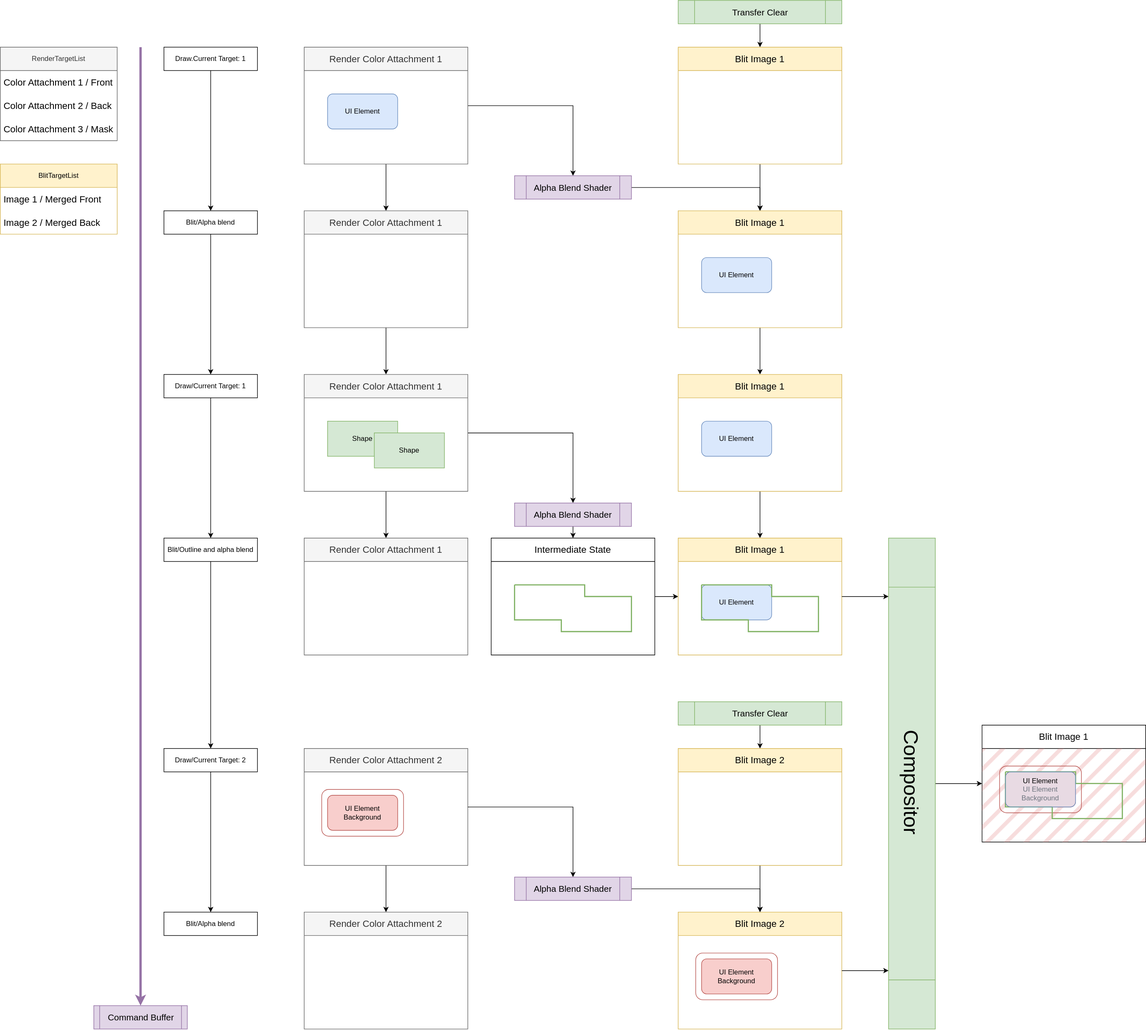
The draw.io diagram properties/showcase/draw_procedure.drawio.svg in Yuria-Shikibe/xrgui, before a commit. Source tidied: cells renumbered, new cells last; positions are measured from the earlier drawing's top-left corner, leaving out a move shared by most shapes.
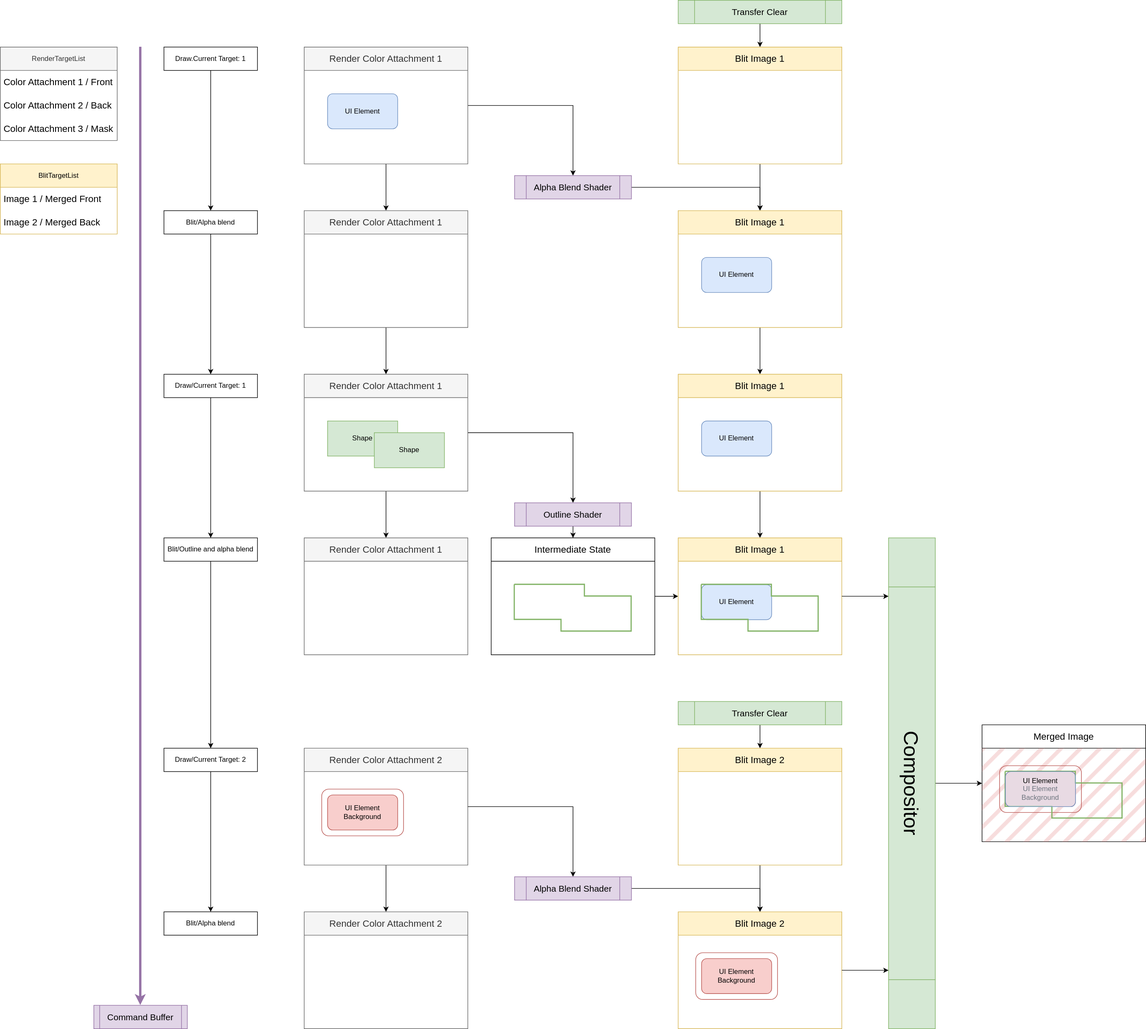
Later version of the same file.

Diff of the diagram source:
```diff
@@ -158,7 +158,7 @@
     <mxCell id="45" style="edgeStyle=orthogonalEdgeStyle;rounded=0;jettySize=auto;html=1;" parent="1" edge="1" source="46" target="38">
       <mxGeometry relative="1" as="geometry" />
     </mxCell>
-    <mxCell id="46" value="&lt;font style=&quot;font-size: 15px;&quot;&gt;Alpha Blend Shader&lt;/font&gt;" style="shape=process;whiteSpace=wrap;html=1;backgroundOutline=1;fillColor=#e1d5e7;strokeColor=#9673a6;" parent="1" vertex="1">
+    <mxCell id="46" value="&lt;font style=&quot;font-size: 15px;&quot;&gt;Outline Shader&lt;/font&gt;" style="shape=process;whiteSpace=wrap;html=1;backgroundOutline=1;fillColor=#e1d5e7;strokeColor=#9673a6;" parent="1" vertex="1">
       <mxGeometry x="880" y="860" width="200" height="40" as="geometry" />
     </mxCell>
     <mxCell id="47" style="edgeStyle=orthogonalEdgeStyle;rounded=0;jettySize=auto;html=1;" parent="1" edge="1" source="48" target="59">
@@ -209,7 +209,7 @@
     <mxCell id="62" value="&lt;font style=&quot;font-size: 35px;&quot;&gt;Compositor&lt;/font&gt;" style="shape=process;whiteSpace=wrap;html=1;backgroundOutline=1;rotation=90;fillColor=#d5e8d4;strokeColor=#82b366;" parent="1" vertex="1">
       <mxGeometry x="1140" y="1300" width="840" height="80" as="geometry" />
     </mxCell>
-    <mxCell id="63" value="&lt;span style=&quot;font-size: 16px; font-weight: 400; text-align: left;&quot;&gt;Blit Image 1&lt;/span&gt;" style="swimlane;whiteSpace=wrap;html=1;startSize=40;" parent="1" vertex="1">
+    <mxCell id="63" value="&lt;div style=&quot;text-align: left;&quot;&gt;&lt;span style=&quot;background-color: transparent; color: light-dark(rgb(0, 0, 0), rgb(255, 255, 255)); font-size: 16px; font-weight: 400;&quot;&gt;Merged Image&lt;/span&gt;&lt;/div&gt;" style="swimlane;whiteSpace=wrap;html=1;startSize=40;" parent="1" vertex="1">
       <mxGeometry x="1680" y="1240" width="280" height="200" as="geometry" />
     </mxCell>
     <mxCell id="64" style="rounded=0;whiteSpace=wrap;html=1;fontStyle=1;fillColor=light-dark(#E69090,#9C7529);strokeColor=none;fillStyle=hatch;absoluteArcSize=10;imageAspect=1;strokeWidth=9;perimeterSpacing=1;fillOpacity=30;" parent="63" vertex="1">
```
